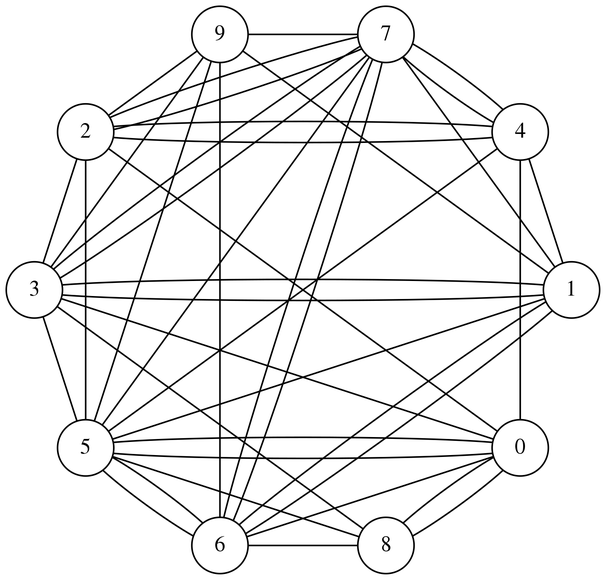
Before: graphs-networks/c-networks/graphviz/matrix_graph.png, a diagram exported from Graphviz (mickey-is-codin/data-structures). Its source is kept beside it as graphs-networks/c-networks/graphviz/matrix_graph.dot.
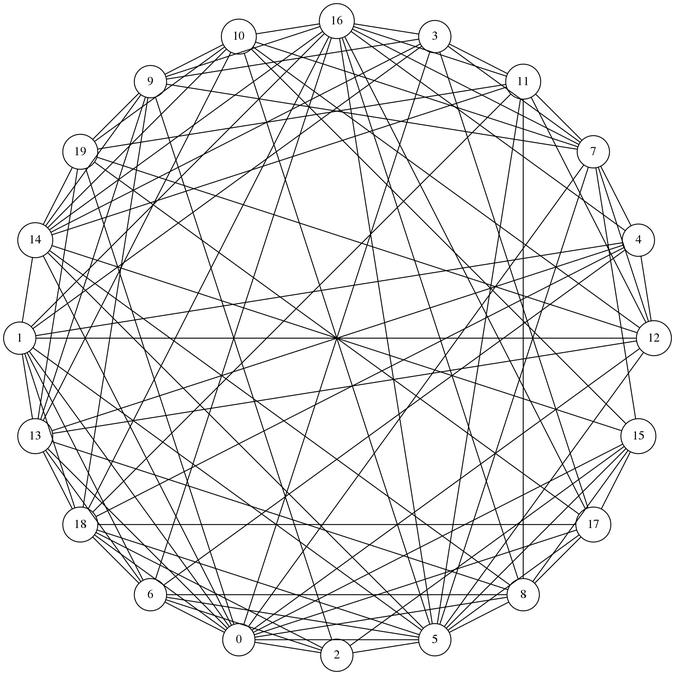
The same file after the commit.

Change to the diagram source:
```diff
@@ -4,45 +4,100 @@
 	size="6,6";
 	rankdir="LR";
 
+	0 -- 1
 	0 -- 2
 	0 -- 3
-	0 -- 4
-	0 -- 5
 	0 -- 5
 	0 -- 6
+	0 -- 7
 	0 -- 8
-	0 -- 8
-	1 -- 3
+	0 -- 12
+	0 -- 13
+	0 -- 14
+	0 -- 15
+	0 -- 17
+	0 -- 18
+	0 -- 19
 	1 -- 3
 	1 -- 4
 	1 -- 5
 	1 -- 6
-	1 -- 6
-	1 -- 7
-	1 -- 9
-	2 -- 3
-	2 -- 4
-	2 -- 4
+	1 -- 12
+	1 -- 13
+	1 -- 14
+	1 -- 16
+	1 -- 18
 	2 -- 5
-	2 -- 7
-	2 -- 7
+	2 -- 6
 	2 -- 9
-	3 -- 5
+	2 -- 15
+	2 -- 18
 	3 -- 7
-	3 -- 7
-	3 -- 8
 	3 -- 9
-	4 -- 5
+	3 -- 11
+	3 -- 14
+	3 -- 16
+	3 -- 17
+	4 -- 6
 	4 -- 7
-	4 -- 7
-	5 -- 6
+	4 -- 12
+	4 -- 13
+	4 -- 16
+	4 -- 18
 	5 -- 6
 	5 -- 7
 	5 -- 8
-	5 -- 9
-	6 -- 7
-	6 -- 7
+	5 -- 10
+	5 -- 11
+	5 -- 12
+	5 -- 14
+	5 -- 15
+	5 -- 16
+	5 -- 17
+	5 -- 18
 	6 -- 8
-	6 -- 9
+	6 -- 13
+	6 -- 16
+	6 -- 18
 	7 -- 9
+	7 -- 10
+	7 -- 11
+	7 -- 12
+	7 -- 15
+	7 -- 16
+	8 -- 11
+	8 -- 13
+	8 -- 14
+	8 -- 15
+	8 -- 16
+	8 -- 17
+	9 -- 10
+	9 -- 13
+	9 -- 14
+	9 -- 16
+	9 -- 18
+	9 -- 19
+	10 -- 12
+	10 -- 13
+	10 -- 14
+	10 -- 15
+	10 -- 16
+	10 -- 19
+	11 -- 12
+	11 -- 14
+	11 -- 16
+	11 -- 18
+	11 -- 19
+	12 -- 13
+	12 -- 19
+	13 -- 18
+	13 -- 19
+	14 -- 15
+	14 -- 16
+	14 -- 19
+	15 -- 17
+	16 -- 17
+	16 -- 18
+	17 -- 18
+	17 -- 19
 }
```
